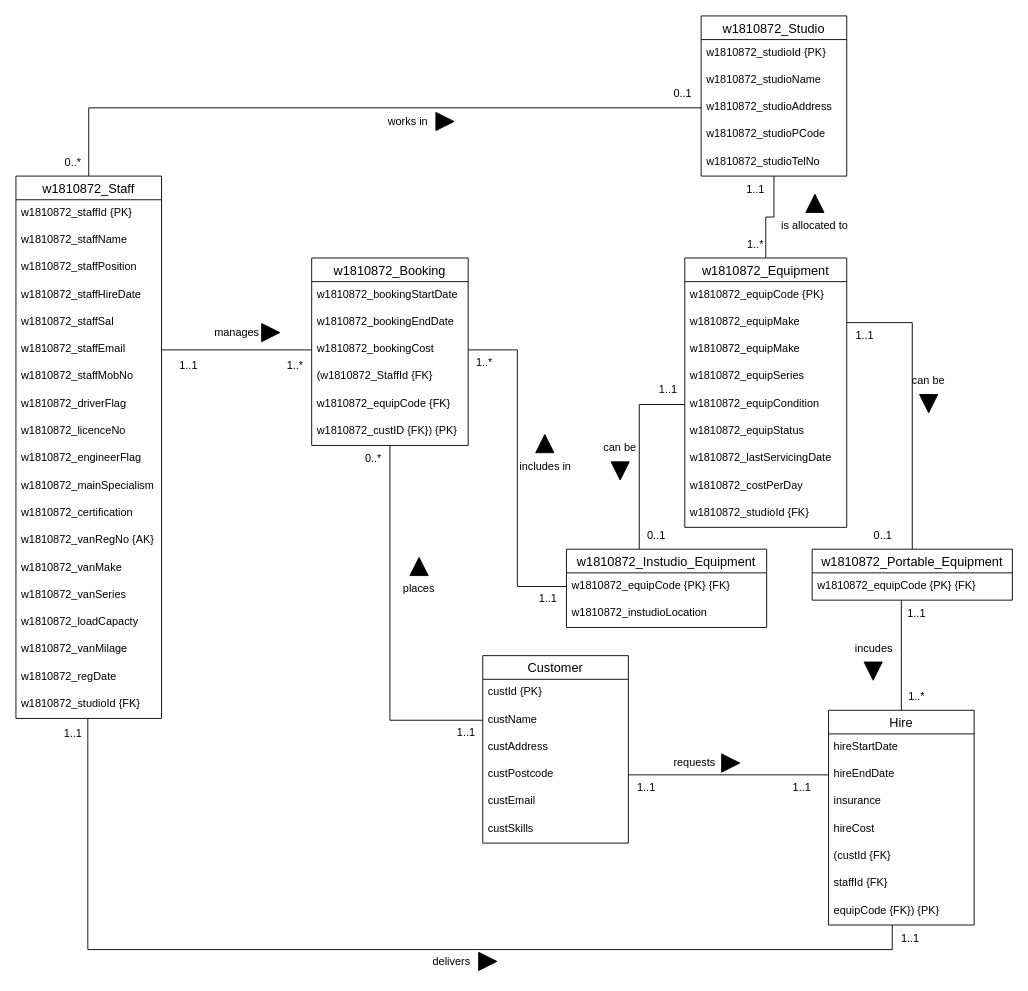
This is Part B/Part_B.drawio from ChitharaKarunasekera/DatabaseSystemsCoursework, a draw.io file, before an edit. Source tidied: cells renumbered, new cells numbered last; positions are measured from the earlier drawing's top-left corner, leaving out a move shared by most shapes. Both pictures are drawn from the tidied source at 91%, with x=0, y=0 at pixel (15, 15).
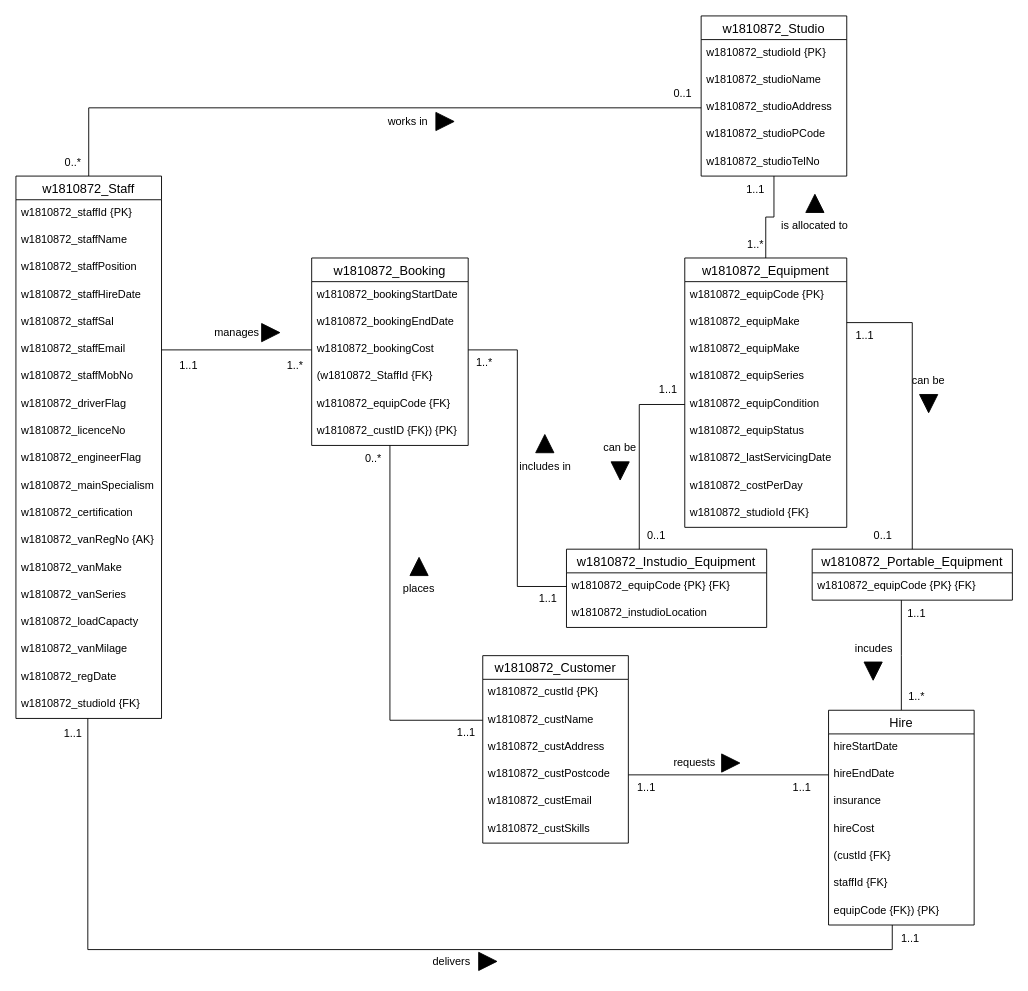
The same diagram, later.

Commit message:
customer table StdID

Diff of the diagram source:
```diff
@@
-    <mxCell id="49" value="Customer" style="swimlane;fontStyle=0;horizontal=1;startSize=26;align=center;fontSize=14;fontColor=#000000;" parent="1" vertex="1">
+    <mxCell id="49" value="w1810872_Customer" style="swimlane;fontStyle=0;horizontal=1;startSize=26;align=center;fontSize=14;fontColor=#000000;" parent="1" vertex="1">
       <mxGeometry x="513" y="703" width="160" height="206" as="geometry" />
     </mxCell>
-    <mxCell id="50" value="custId {PK}" style="text;strokeColor=none;fillColor=none;spacingLeft=4;spacingRight=4;overflow=hidden;fontSize=12;fontColor=#000000;" parent="49" vertex="1">
+    <mxCell id="50" value="w1810872_custId {PK}" style="text;strokeColor=none;fillColor=none;spacingLeft=4;spacingRight=4;overflow=hidden;fontSize=12;fontColor=#000000;" parent="49" vertex="1">
       <mxGeometry y="26" width="160" height="30" as="geometry" />
     </mxCell>
-    <mxCell id="51" value="custName" style="text;strokeColor=none;fillColor=none;spacingLeft=4;spacingRight=4;overflow=hidden;points=[[0,0.5],[1,0.5]];portConstraint=eastwest;fontSize=12;fontColor=#000000;" parent="49" vertex="1">
+    <mxCell id="51" value="w1810872_custName" style="text;strokeColor=none;fillColor=none;spacingLeft=4;spacingRight=4;overflow=hidden;points=[[0,0.5],[1,0.5]];portConstraint=eastwest;fontSize=12;fontColor=#000000;" parent="49" vertex="1">
       <mxGeometry y="56" width="160" height="30" as="geometry" />
     </mxCell>
-    <mxCell id="52" value="custAddress" style="text;strokeColor=none;fillColor=none;spacingLeft=4;spacingRight=4;overflow=hidden;fontSize=12;fontColor=#000000;" parent="49" vertex="1">
+    <mxCell id="52" value="w1810872_custAddress" style="text;strokeColor=none;fillColor=none;spacingLeft=4;spacingRight=4;overflow=hidden;fontSize=12;fontColor=#000000;" parent="49" vertex="1">
       <mxGeometry y="86" width="160" height="30" as="geometry" />
     </mxCell>
-    <mxCell id="53" value="custPostcode" style="text;strokeColor=none;fillColor=none;spacingLeft=4;spacingRight=4;overflow=hidden;points=[[0,0.5],[1,0.5]];portConstraint=eastwest;fontSize=12;fontColor=#000000;" parent="49" vertex="1">
+    <mxCell id="53" value="w1810872_custPostcode" style="text;strokeColor=none;fillColor=none;spacingLeft=4;spacingRight=4;overflow=hidden;points=[[0,0.5],[1,0.5]];portConstraint=eastwest;fontSize=12;fontColor=#000000;" parent="49" vertex="1">
       <mxGeometry y="116" width="160" height="30" as="geometry" />
     </mxCell>
-    <mxCell id="54" value="custEmail" style="text;strokeColor=none;fillColor=none;spacingLeft=4;spacingRight=4;overflow=hidden;fontSize=12;fontColor=#000000;" parent="49" vertex="1">
+    <mxCell id="54" value="w1810872_custEmail" style="text;strokeColor=none;fillColor=none;spacingLeft=4;spacingRight=4;overflow=hidden;fontSize=12;fontColor=#000000;" parent="49" vertex="1">
       <mxGeometry y="146" width="160" height="30" as="geometry" />
     </mxCell>
-    <mxCell id="55" value="custSkills" style="text;strokeColor=none;fillColor=none;spacingLeft=4;spacingRight=4;overflow=hidden;fontSize=12;fontColor=#000000;" parent="49" vertex="1">
+    <mxCell id="55" value="w1810872_custSkills" style="text;strokeColor=none;fillColor=none;spacingLeft=4;spacingRight=4;overflow=hidden;fontSize=12;fontColor=#000000;" parent="49" vertex="1">
       <mxGeometry y="176" width="160" height="30" as="geometry" />
     </mxCell>
```
